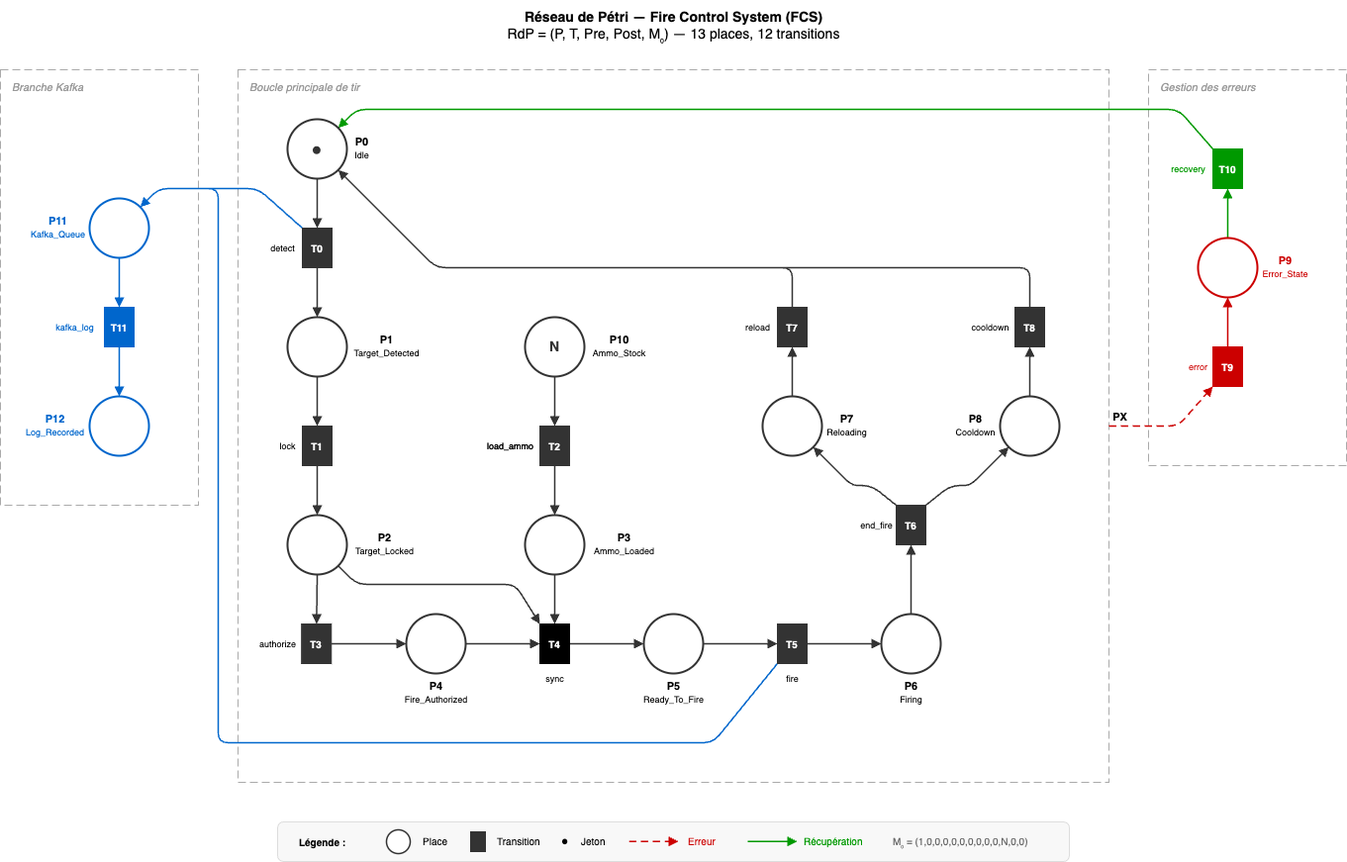
This is docs/fcs_petri_net.drawio.png from mcrayssac/Fire-Control-System, a draw.io export, as it was before one commit. Source tidied: cells renumbered, new cells last; positions are measured from the earlier drawing's top-left corner, leaving out a move shared by most shapes.
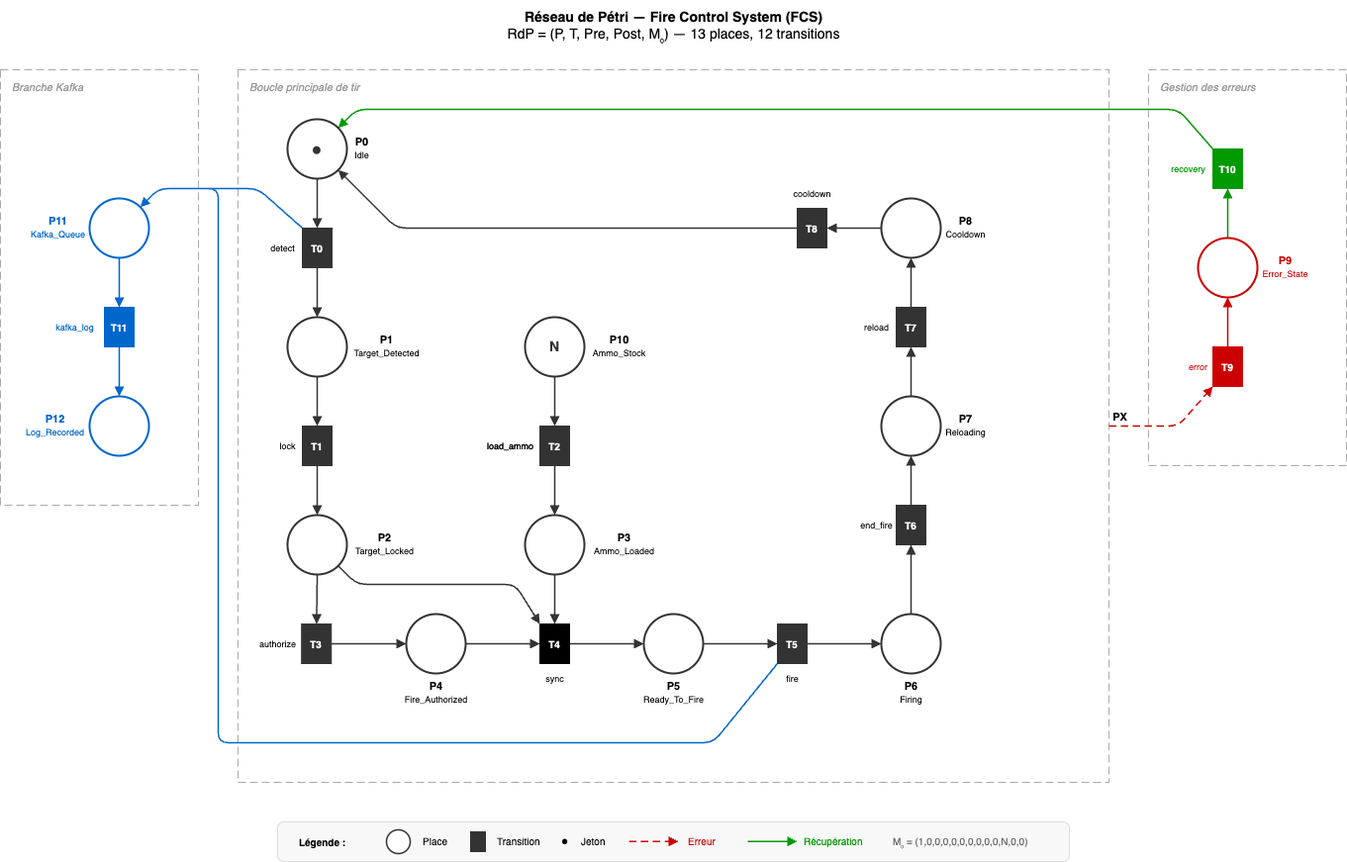
Later version of the same file.

Diff of the diagram source:
```diff
@@ -85,41 +85,22 @@
     <mxCell id="23" style="endArrow=block;endFill=1;strokeColor=#333333;strokeWidth=1.5;" parent="1" edge="1" source="53" target="68">
       <mxGeometry relative="1" as="geometry" />
     </mxCell>
-    <mxCell id="24" style="endArrow=block;endFill=1;strokeColor=#333333;strokeWidth=1.5;exitX=0;exitY=0;exitDx=0;exitDy=0;entryX=1;entryY=1;entryDx=0;entryDy=0;" parent="1" edge="1" source="68" target="60">
-      <mxGeometry relative="1" as="geometry">
-        <Array as="points">
-          <mxPoint x="880" y="490" />
-          <mxPoint x="860" y="490" />
-        </Array>
-      </mxGeometry>
+    <mxCell id="24" style="endArrow=block;endFill=1;strokeColor=#333333;strokeWidth=1.5;exitX=0.5;exitY=0;exitDx=0;exitDy=0;entryX=0.5;entryY=1;entryDx=0;entryDy=0;" parent="1" edge="1" source="68" target="60">
+      <mxGeometry relative="1" as="geometry" />
     </mxCell>
-    <mxCell id="25" style="endArrow=block;endFill=1;strokeColor=#333333;strokeWidth=1.5;exitX=1;exitY=0;exitDx=0;exitDy=0;entryX=0;entryY=1;entryDx=0;entryDy=0;" parent="1" edge="1" source="68" target="62">
-      <mxGeometry relative="1" as="geometry">
-        <Array as="points">
-          <mxPoint x="960" y="490" />
-          <mxPoint x="980" y="490" />
-        </Array>
-      </mxGeometry>
+    <mxCell id="25" style="endArrow=block;endFill=1;strokeColor=#333333;strokeWidth=1.5;exitX=0.5;exitY=0;exitDx=0;exitDy=0;entryX=0.5;entryY=1;entryDx=0;entryDy=0;" parent="1" edge="1" source="57" target="62">
+      <mxGeometry relative="1" as="geometry" />
     </mxCell>
     <mxCell id="26" style="endArrow=block;endFill=1;strokeColor=#333333;strokeWidth=1.5;" parent="1" edge="1" source="60" target="57">
       <mxGeometry relative="1" as="geometry" />
     </mxCell>
-    <mxCell id="27" style="endArrow=block;endFill=1;strokeColor=#333333;strokeWidth=1.5;curved=0;rounded=1;exitX=0.5;exitY=0;exitDx=0;exitDy=0;entryX=1;entryY=1;entryDx=0;entryDy=0;" parent="1" edge="1" source="57" target="86">
-      <mxGeometry relative="1" as="geometry">
-        <Array as="points">
-          <mxPoint x="800" y="270" />
-          <mxPoint x="440" y="270" />
-        </Array>
-      </mxGeometry>
-    </mxCell>
     <mxCell id="28" style="endArrow=block;endFill=1;strokeColor=#333333;strokeWidth=1.5;" parent="1" edge="1" source="62" target="65">
       <mxGeometry relative="1" as="geometry" />
     </mxCell>
-    <mxCell id="29" style="endArrow=block;endFill=1;strokeColor=#333333;strokeWidth=1.5;curved=0;rounded=1;exitX=0.5;exitY=0;exitDx=0;exitDy=0;entryX=1;entryY=1;entryDx=0;entryDy=0;" parent="1" edge="1" source="65" target="86">
+    <mxCell id="29" style="endArrow=block;endFill=1;strokeColor=#333333;strokeWidth=1.5;curved=0;rounded=1;exitX=0;exitY=0.5;exitDx=0;exitDy=0;entryX=1;entryY=1;entryDx=0;entryDy=0;" parent="1" edge="1" source="65" target="86">
       <mxGeometry relative="1" as="geometry">
         <Array as="points">
-          <mxPoint x="1040" y="270" />
-          <mxPoint x="440" y="270" />
+          <mxPoint x="400" y="230" />
         </Array>
       </mxGeometry>
     </mxCell>
@@ -210,7 +191,7 @@
       <mxGeometry x="5" y="60" width="50" height="40" as="geometry" />
     </mxCell>
     <mxCell id="55" style="group;" parent="1" vertex="1">
-      <mxGeometry x="740" y="310" width="75" height="40" as="geometry" />
+      <mxGeometry x="860" y="310" width="75" height="40" as="geometry" />
     </mxCell>
     <mxCell id="56" value="&lt;font style=&quot;font-size:9px&quot;&gt;reload&lt;/font&gt;" style="text;html=1;align=center;verticalAlign=middle;strokeColor=none;fillColor=none;" parent="55" vertex="1">
       <mxGeometry y="5" width="50" height="30" as="geometry" />
@@ -219,7 +200,7 @@
       <mxGeometry x="45" width="30" height="40" as="geometry" />
     </mxCell>
     <mxCell id="58" style="group;" parent="1" vertex="1">
-      <mxGeometry x="770" y="400" width="120" height="60" as="geometry" />
+      <mxGeometry x="890" y="400" width="120" height="60" as="geometry" />
     </mxCell>
     <mxCell id="59" value="&lt;b&gt;P7&lt;/b&gt;&lt;br&gt;&lt;font style=&quot;font-size:9px&quot;&gt;Reloading&lt;/font&gt;" style="text;html=1;align=center;verticalAlign=top;strokeColor=none;fillColor=none;fontSize=11;" parent="58" vertex="1">
       <mxGeometry x="50" y="10" width="70" height="40" as="geometry" />
@@ -227,24 +208,6 @@
     <mxCell id="60" style="ellipse;whiteSpace=wrap;html=1;fillColor=#FFFFFF;strokeColor=#333333;strokeWidth=2;" parent="58" vertex="1">
       <mxGeometry width="60" height="60" as="geometry" />
     </mxCell>
-    <mxCell id="61" style="group;" parent="1" vertex="1">
-      <mxGeometry x="950" y="400" width="120" height="60" as="geometry" />
-    </mxCell>
-    <mxCell id="62" style="ellipse;whiteSpace=wrap;html=1;fillColor=#FFFFFF;strokeColor=#333333;strokeWidth=2;" parent="61" vertex="1">
-      <mxGeometry x="60" width="60" height="60" as="geometry" />
-    </mxCell>
-    <mxCell id="63" value="&lt;b&gt;P8&lt;/b&gt;&lt;br&gt;&lt;font style=&quot;font-size:9px&quot;&gt;Cooldown&lt;/font&gt;" style="text;html=1;align=center;verticalAlign=top;strokeColor=none;fillColor=none;fontSize=11;" parent="61" vertex="1">
-      <mxGeometry y="10" width="70" height="40" as="geometry" />
-    </mxCell>
-    <mxCell id="64" style="group;" parent="1" vertex="1">
-      <mxGeometry x="970" y="310" width="85" height="40" as="geometry" />
-    </mxCell>
-    <mxCell id="65" value="T8" style="shape=rectangle;whiteSpace=wrap;html=1;fillColor=#333333;strokeColor=#333333;fontColor=#FFFFFF;fontSize=10;fontStyle=1;" parent="64" vertex="1">
-      <mxGeometry x="55" width="30" height="40" as="geometry" />
-    </mxCell>
-    <mxCell id="66" value="&lt;font style=&quot;font-size:9px&quot;&gt;cooldown&lt;/font&gt;" style="text;html=1;align=center;verticalAlign=middle;strokeColor=none;fillColor=none;" parent="64" vertex="1">
-      <mxGeometry y="5" width="60" height="30" as="geometry" />
-    </mxCell>
     <mxCell id="67" style="group;" parent="1" vertex="1">
       <mxGeometry x="855" y="510" width="80" height="40" as="geometry" />
     </mxCell>
@@ -428,5 +391,20 @@
     <mxCell id="125" value="&lt;font style=&quot;font-size:9px&quot; color=&quot;#cc0000&quot;&gt;error&lt;/font&gt;" style="text;html=1;align=center;verticalAlign=middle;strokeColor=none;fillColor=none;" parent="123" vertex="1">
       <mxGeometry y="5" width="40" height="30" as="geometry" />
     </mxCell>
+    <mxCell id="126" style="group;" parent="1" vertex="1">
+      <mxGeometry x="890" y="200" width="120" height="60" as="geometry" />
+    </mxCell>
+    <mxCell id="63" value="&lt;b&gt;P8&lt;/b&gt;&lt;br&gt;&lt;font style=&quot;font-size:9px&quot;&gt;Cooldown&lt;/font&gt;" style="text;html=1;align=center;verticalAlign=top;strokeColor=none;fillColor=none;fontSize=11;" parent="126" vertex="1">
+      <mxGeometry x="50" y="10" width="70" height="40" as="geometry" />
+    </mxCell>
+    <mxCell id="62" style="ellipse;whiteSpace=wrap;html=1;fillColor=#FFFFFF;strokeColor=#333333;strokeWidth=2;" parent="126" vertex="1">
+      <mxGeometry width="60" height="60" as="geometry" />
+    </mxCell>
+    <mxCell id="65" value="T8" style="shape=rectangle;whiteSpace=wrap;html=1;fillColor=#333333;strokeColor=#333333;fontColor=#FFFFFF;fontSize=10;fontStyle=1;" parent="1" vertex="1">
+      <mxGeometry x="805" y="210" width="30" height="40" as="geometry" />
+    </mxCell>
+    <mxCell id="66" value="&lt;font style=&quot;font-size:9px&quot;&gt;cooldown&lt;/font&gt;" style="text;html=1;align=center;verticalAlign=middle;strokeColor=none;fillColor=none;" parent="1" vertex="1">
+      <mxGeometry x="790" y="180" width="60" height="30" as="geometry" />
+    </mxCell>
   </root>
 </mxGraphModel>
```
